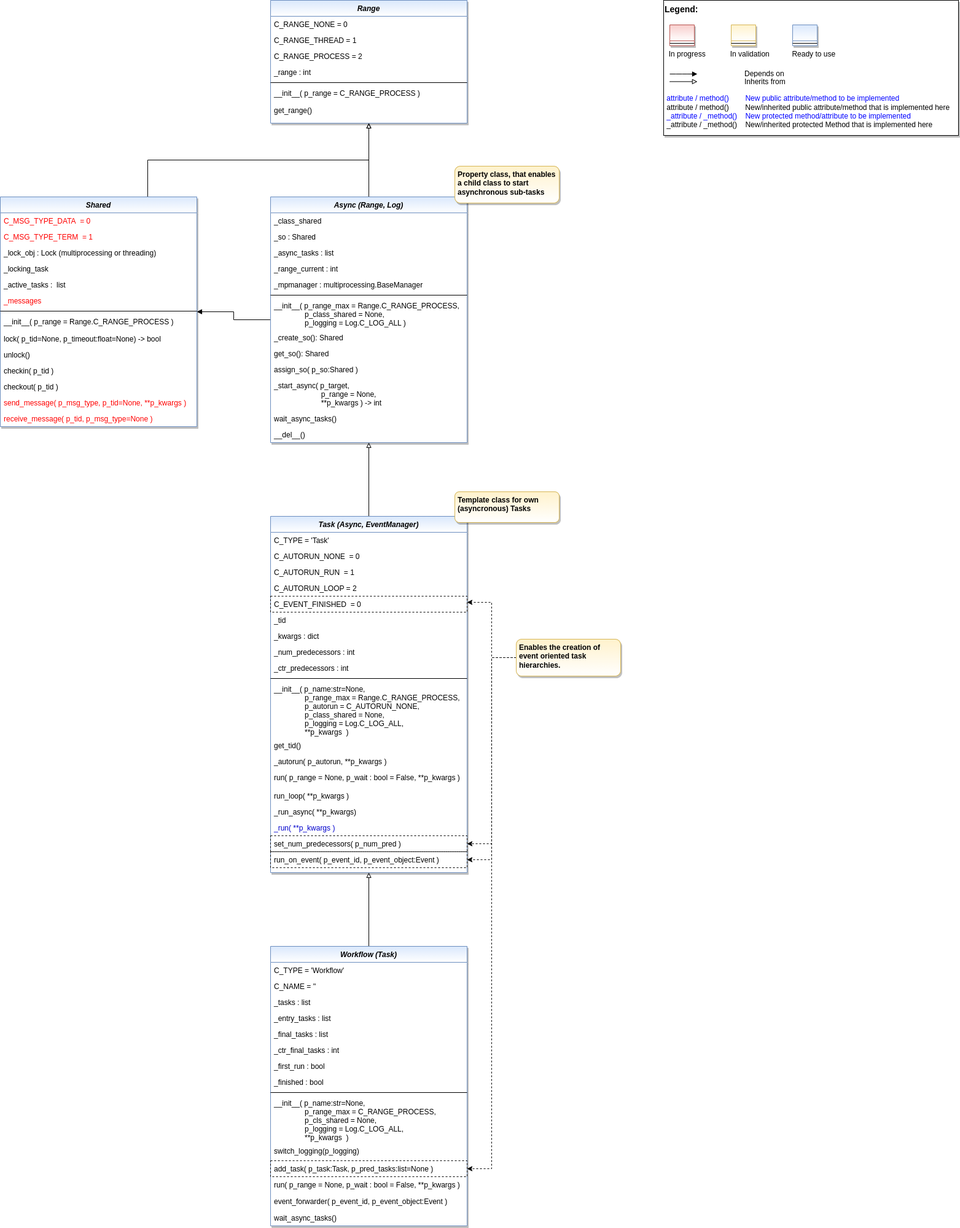
Earlier version of the draw.io export doc/rtd/content/append2/core/images/bf/MLPro-BF-MT_class_diagram.drawio.png (fhswf/MLPro). Source tidied: cells renumbered, new cells last; positions are measured from the earlier drawing's top-left corner, leaving out a move shared by most shapes.
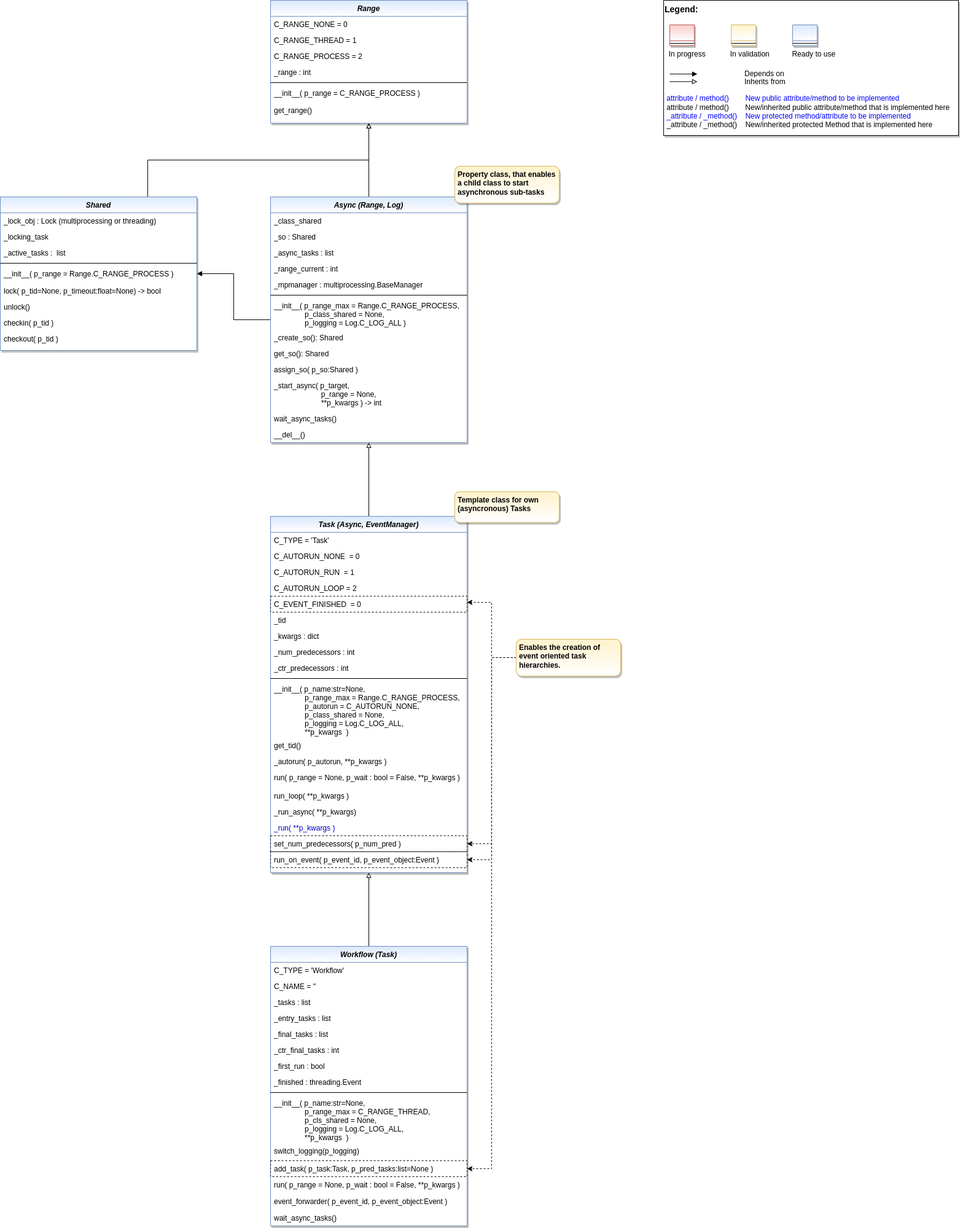
Above is the later version.

Diff of the diagram source:
```diff
@@ -52,50 +52,35 @@
       </mxGeometry>
     </mxCell>
     <mxCell id="13" value="Shared" style="swimlane;fontStyle=3;align=center;verticalAlign=top;horizontal=1;startSize=26;rounded=0;shadow=1;strokeWidth=1;fillColor=#dae8fc;strokeColor=#6c8ebf;glass=0;swimlaneFillColor=#ffffff;gradientColor=#FFFFFF;" parent="1" vertex="1">
-      <mxGeometry y="320" width="320" height="374" as="geometry" />
+      <mxGeometry y="320" width="320" height="250" as="geometry" />
     </mxCell>
-    <mxCell id="14" value="C_MSG_TYPE_DATA  = 0" style="text;align=left;verticalAlign=top;spacingLeft=4;spacingRight=4;overflow=hidden;fontColor=#FF0000;" parent="13" vertex="1">
-      <mxGeometry y="26" width="320" height="26" as="geometry" />
-    </mxCell>
-    <mxCell id="15" value="C_MSG_TYPE_TERM  = 1" style="text;align=left;verticalAlign=top;spacingLeft=4;spacingRight=4;overflow=hidden;fontColor=#FF0000;" parent="13" vertex="1">
-      <mxGeometry y="52" width="320" height="26" as="geometry" />
-    </mxCell>
     <mxCell id="16" value="_lock_obj : Lock (multiprocessing or threading)" style="text;align=left;verticalAlign=top;spacingLeft=4;spacingRight=4;overflow=hidden;" parent="13" vertex="1">
-      <mxGeometry y="78" width="320" height="26" as="geometry" />
+      <mxGeometry y="26" width="320" height="26" as="geometry" />
     </mxCell>
     <mxCell id="17" value="_locking_task" style="text;align=left;verticalAlign=top;spacingLeft=4;spacingRight=4;overflow=hidden;" parent="13" vertex="1">
-      <mxGeometry y="104" width="320" height="26" as="geometry" />
+      <mxGeometry y="52" width="320" height="26" as="geometry" />
     </mxCell>
     <mxCell id="18" value="_active_tasks :  list" style="text;align=left;verticalAlign=top;spacingLeft=4;spacingRight=4;overflow=hidden;" parent="13" vertex="1">
-      <mxGeometry y="130" width="320" height="26" as="geometry" />
+      <mxGeometry y="78" width="320" height="26" as="geometry" />
     </mxCell>
-    <mxCell id="19" value="_messages" style="text;align=left;verticalAlign=top;spacingLeft=4;spacingRight=4;overflow=hidden;fontColor=#FF0000;" parent="13" vertex="1">
-      <mxGeometry y="156" width="320" height="26" as="geometry" />
-    </mxCell>
     <mxCell id="20" style="line;html=1;strokeWidth=1;align=left;verticalAlign=middle;spacingTop=-1;spacingLeft=3;spacingRight=3;labelPosition=right;" parent="13" vertex="1">
-      <mxGeometry y="182" width="320" height="8" as="geometry" />
+      <mxGeometry y="104" width="320" height="8" as="geometry" />
     </mxCell>
     <mxCell id="21" value="__init__( p_range = Range.C_RANGE_PROCESS )" style="text;align=left;verticalAlign=top;spacingLeft=4;spacingRight=4;overflow=hidden;fontColor=default;" parent="13" vertex="1">
-      <mxGeometry y="190" width="320" height="28" as="geometry" />
+      <mxGeometry y="112" width="320" height="28" as="geometry" />
     </mxCell>
     <mxCell id="22" value="lock( p_tid=None, p_timeout:float=None) -&gt; bool" style="text;align=left;verticalAlign=top;spacingLeft=4;spacingRight=4;overflow=hidden;fontColor=default;" parent="13" vertex="1">
-      <mxGeometry y="218" width="320" height="26" as="geometry" />
+      <mxGeometry y="140" width="320" height="26" as="geometry" />
     </mxCell>
     <mxCell id="23" value="unlock()" style="text;align=left;verticalAlign=top;spacingLeft=4;spacingRight=4;overflow=hidden;fontColor=default;" parent="13" vertex="1">
-      <mxGeometry y="244" width="320" height="26" as="geometry" />
+      <mxGeometry y="166" width="320" height="26" as="geometry" />
     </mxCell>
     <mxCell id="24" value="checkin( p_tid )" style="text;align=left;verticalAlign=top;spacingLeft=4;spacingRight=4;overflow=hidden;fontColor=default;" parent="13" vertex="1">
-      <mxGeometry y="270" width="320" height="26" as="geometry" />
+      <mxGeometry y="192" width="320" height="26" as="geometry" />
     </mxCell>
     <mxCell id="25" value="checkout( p_tid )" style="text;align=left;verticalAlign=top;spacingLeft=4;spacingRight=4;overflow=hidden;fontColor=default;" parent="13" vertex="1">
-      <mxGeometry y="296" width="320" height="26" as="geometry" />
+      <mxGeometry y="218" width="320" height="26" as="geometry" />
     </mxCell>
-    <mxCell id="26" value="send_message( p_msg_type, p_tid=None, **p_kwargs )" style="text;align=left;verticalAlign=top;spacingLeft=4;spacingRight=4;overflow=hidden;fontColor=#FF0000;" parent="13" vertex="1">
-      <mxGeometry y="322" width="320" height="26" as="geometry" />
-    </mxCell>
-    <mxCell id="27" value="receive_message( p_tid, p_msg_type=None )" style="text;align=left;verticalAlign=top;spacingLeft=4;spacingRight=4;overflow=hidden;fontColor=#FF0000;" parent="13" vertex="1">
-      <mxGeometry y="348" width="320" height="26" as="geometry" />
-    </mxCell>
     <mxCell id="28" style="edgeStyle=orthogonalEdgeStyle;rounded=0;jettySize=auto;html=1;endArrow=block;endFill=1;" parent="1" edge="1" source="30" target="13">
       <mxGeometry relative="1" as="geometry" />
     </mxCell>
@@ -237,13 +222,13 @@
     <mxCell id="74" value="_first_run : bool" style="text;align=left;verticalAlign=top;spacingLeft=4;spacingRight=4;overflow=hidden;" parent="67" vertex="1">
       <mxGeometry y="182" width="320" height="26" as="geometry" />
     </mxCell>
-    <mxCell id="75" value="_finished : bool" style="text;align=left;verticalAlign=top;spacingLeft=4;spacingRight=4;overflow=hidden;" parent="67" vertex="1">
+    <mxCell id="75" value="_finished : threading.Event" style="text;align=left;verticalAlign=top;spacingLeft=4;spacingRight=4;overflow=hidden;" parent="67" vertex="1">
       <mxGeometry y="208" width="320" height="26" as="geometry" />
     </mxCell>
     <mxCell id="76" style="line;html=1;strokeWidth=1;align=left;verticalAlign=middle;spacingTop=-1;spacingLeft=3;spacingRight=3;labelPosition=right;" parent="67" vertex="1">
       <mxGeometry y="234" width="320" height="8" as="geometry" />
     </mxCell>
-    <mxCell id="77" value="__init__( p_name:str=None,&#10;               p_range_max = C_RANGE_PROCESS,&#10;               p_cls_shared = None,&#10;               p_logging = Log.C_LOG_ALL,&#10;               **p_kwargs  )" style="text;align=left;verticalAlign=top;spacingLeft=4;spacingRight=4;overflow=hidden;fontColor=default;" parent="67" vertex="1">
+    <mxCell id="77" value="__init__( p_name:str=None,&#10;               p_range_max = C_RANGE_THREAD,&#10;               p_cls_shared = None,&#10;               p_logging = Log.C_LOG_ALL,&#10;               **p_kwargs  )" style="text;align=left;verticalAlign=top;spacingLeft=4;spacingRight=4;overflow=hidden;fontColor=default;" parent="67" vertex="1">
       <mxGeometry y="242" width="320" height="78" as="geometry" />
     </mxCell>
     <mxCell id="78" value="switch_logging(p_logging)" style="text;align=left;verticalAlign=top;spacingLeft=4;spacingRight=4;overflow=hidden;fontColor=default;" parent="67" vertex="1">
```
